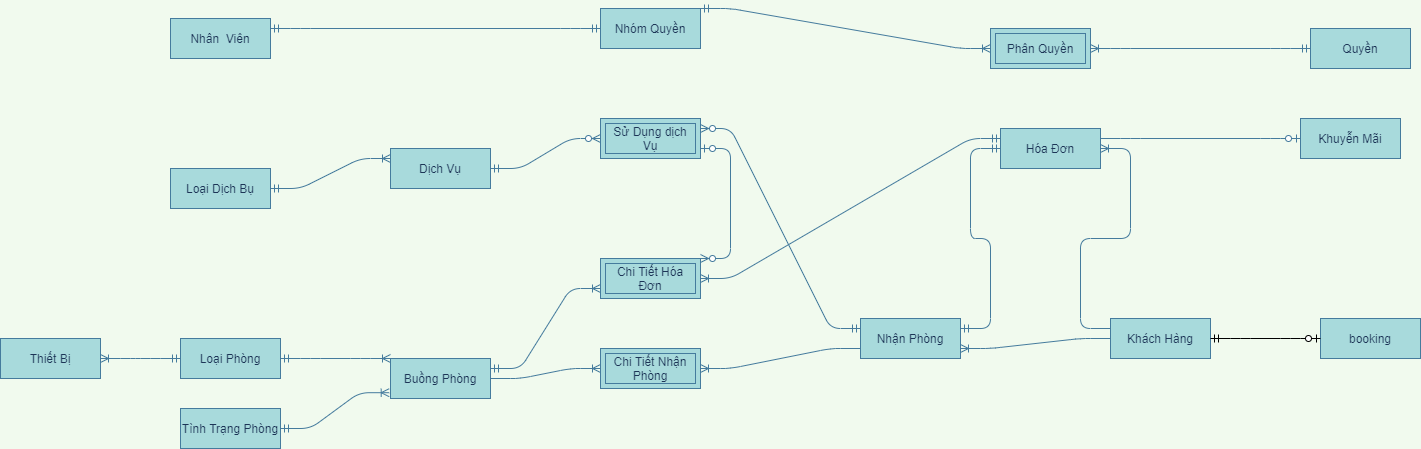
Above: EntityRelationship-QLKS.png in maialino123/QLKS (draw.io), before the change. Source tidied: cells renumbered, new cells last; positions are measured from the earlier drawing's top-left corner, leaving out a move shared by most shapes.
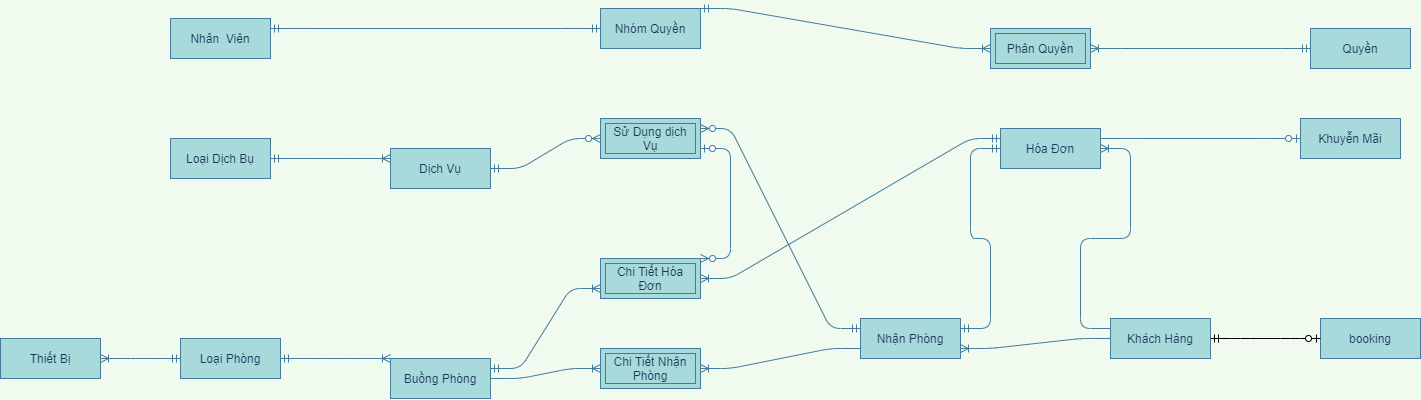
After the commit.

What changed in the source:
```diff
@@ -5,9 +5,6 @@
     <mxCell id="2" style="edgeStyle=entityRelationEdgeStyle;fontSize=12;html=1;endArrow=ERoneToMany;startArrow=ERmandOne;strokeColor=#457B9D;fillColor=#A8DADC;labelBackgroundColor=#F1FAEE;fontColor=#1D3557;exitX=1;exitY=0.5;exitDx=0;exitDy=0;entryX=0;entryY=0;entryDx=0;entryDy=0;" parent="1" edge="1" source="31" target="33">
       <mxGeometry relative="1" as="geometry" />
     </mxCell>
-    <mxCell id="3" style="edgeStyle=entityRelationEdgeStyle;fontSize=12;html=1;endArrow=ERoneToMany;startArrow=ERmandOne;strokeColor=#457B9D;fillColor=#A8DADC;labelBackgroundColor=#F1FAEE;fontColor=#1D3557;exitX=1;exitY=0.5;exitDx=0;exitDy=0;entryX=-0.013;entryY=0.855;entryDx=0;entryDy=0;entryPerimeter=0;" parent="1" edge="1" source="32" target="33">
-      <mxGeometry relative="1" as="geometry" />
-    </mxCell>
     <mxCell id="4" style="edgeStyle=entityRelationEdgeStyle;fontSize=12;html=1;endArrow=ERoneToMany;strokeColor=#457B9D;fillColor=#A8DADC;entryX=1;entryY=0.5;entryDx=0;entryDy=0;labelBackgroundColor=#F1FAEE;fontColor=#1D3557;exitX=0;exitY=0.75;exitDx=0;exitDy=0;" parent="1" edge="1" source="34" target="5">
       <mxGeometry relative="1" as="geometry" />
     </mxCell>
@@ -78,7 +75,7 @@
       <mxGeometry x="170" y="10" width="100" height="40" as="geometry" />
     </mxCell>
     <mxCell id="27" value="Loại Dịch Bụ" style="whiteSpace=wrap;html=1;align=center;rounded=0;sketch=0;strokeColor=#457B9D;fillColor=#A8DADC;fontColor=#1D3557;" parent="1" vertex="1">
-      <mxGeometry x="170" y="160" width="100" height="40" as="geometry" />
+      <mxGeometry x="170" y="130" width="100" height="40" as="geometry" />
     </mxCell>
     <mxCell id="28" value="Dịch Vụ" style="whiteSpace=wrap;html=1;align=center;rounded=0;sketch=0;strokeColor=#457B9D;fillColor=#A8DADC;fontColor=#1D3557;" parent="1" vertex="1">
       <mxGeometry x="390" y="140" width="100" height="40" as="geometry" />
@@ -92,9 +89,6 @@
     <mxCell id="31" value="Loại Phòng" style="whiteSpace=wrap;html=1;align=center;rounded=0;sketch=0;strokeColor=#457B9D;fillColor=#A8DADC;fontColor=#1D3557;" parent="1" vertex="1">
       <mxGeometry x="180" y="330" width="100" height="40" as="geometry" />
     </mxCell>
-    <mxCell id="32" value="Tình Trạng Phòng" style="whiteSpace=wrap;html=1;align=center;rounded=0;sketch=0;strokeColor=#457B9D;fillColor=#A8DADC;fontColor=#1D3557;" parent="1" vertex="1">
-      <mxGeometry x="180" y="400" width="100" height="40" as="geometry" />
-    </mxCell>
     <mxCell id="33" value="Buồng Phòng" style="whiteSpace=wrap;html=1;align=center;rounded=0;sketch=0;strokeColor=#457B9D;fillColor=#A8DADC;fontColor=#1D3557;" parent="1" vertex="1">
       <mxGeometry x="390" y="350" width="100" height="40" as="geometry" />
     </mxCell>
```
